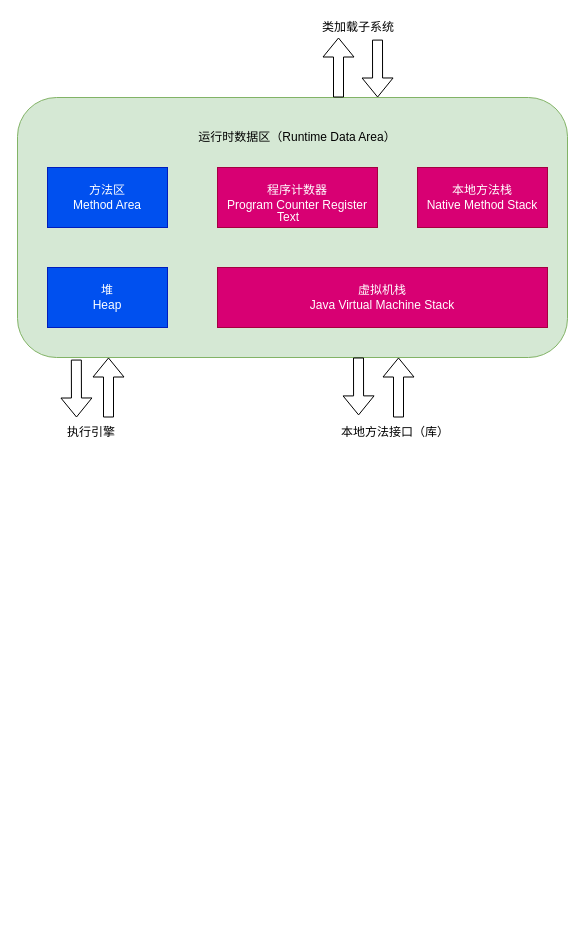
Before: jvm.drawio in ModestLee/diagrams, a draw.io diagram. Source tidied: cells renumbered, new cells numbered last; positions are measured from the earlier drawing's top-left corner, leaving out a move shared by most shapes. Both pictures are drawn from the tidied source at 100%, with x=0, y=0 at pixel (17, 17).
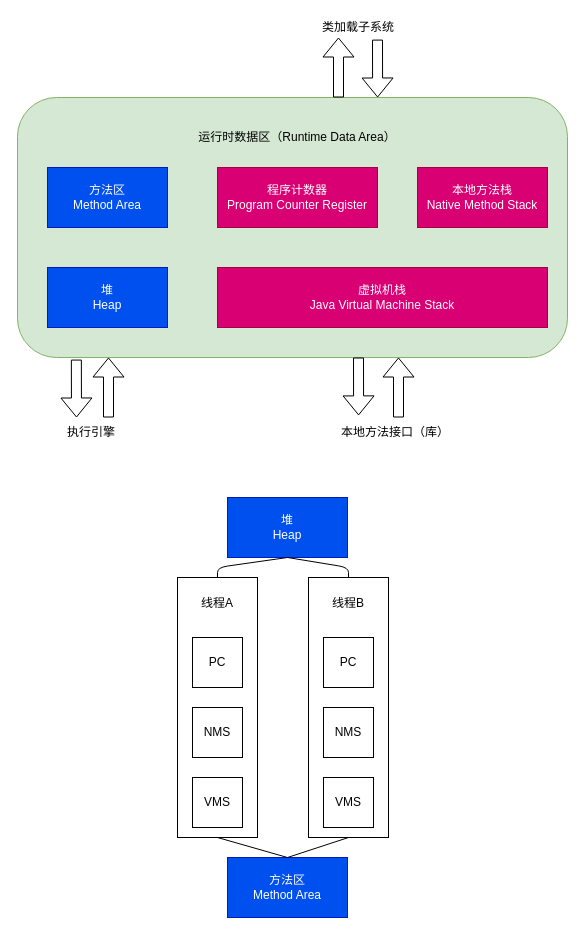
The same page after the edit.

The edit, as a diff of the source:
```diff
@@
-    <mxCell id="15" value="Text" style="text;html=1;strokeColor=none;fillColor=none;align=center;verticalAlign=middle;whiteSpace=wrap;rounded=0;fontColor=#FFFFFF;" parent="1" vertex="1">
-      <mxGeometry x="251" y="190" width="40" height="20" as="geometry" />
-    </mxCell>
@@
+    <mxCell id="19" value="堆&lt;br&gt;Heap" style="rounded=0;whiteSpace=wrap;html=1;fillColor=#0050ef;strokeColor=#001DBC;fontColor=#ffffff;" parent="1" vertex="1">
+      <mxGeometry x="210" y="480" width="120" height="60" as="geometry" />
+    </mxCell>
+    <mxCell id="20" style="rounded=0;whiteSpace=wrap;html=1;" parent="1" vertex="1">
+      <mxGeometry x="160" y="560" width="80" height="260" as="geometry" />
+    </mxCell>
+    <mxCell id="21" value="PC" style="whiteSpace=wrap;html=1;" parent="1" vertex="1">
+      <mxGeometry x="175" y="620" width="50" height="50" as="geometry" />
+    </mxCell>
+    <mxCell id="22" value="NMS" style="whiteSpace=wrap;html=1;" parent="1" vertex="1">
+      <mxGeometry x="175" y="690" width="50" height="50" as="geometry" />
+    </mxCell>
+    <mxCell id="23" value="VMS" style="whiteSpace=wrap;html=1;" parent="1" vertex="1">
+      <mxGeometry x="175" y="760" width="50" height="50" as="geometry" />
+    </mxCell>
+    <mxCell id="24" value="线程A" style="text;html=1;strokeColor=none;fillColor=none;align=center;verticalAlign=middle;whiteSpace=wrap;rounded=0;" parent="1" vertex="1">
+      <mxGeometry x="180" y="576" width="40" height="20" as="geometry" />
+    </mxCell>
+    <mxCell id="25" style="rounded=0;whiteSpace=wrap;html=1;" parent="1" vertex="1">
+      <mxGeometry x="291" y="560" width="80" height="260" as="geometry" />
+    </mxCell>
+    <mxCell id="26" value="PC" style="whiteSpace=wrap;html=1;" parent="1" vertex="1">
+      <mxGeometry x="306" y="620" width="50" height="50" as="geometry" />
+    </mxCell>
+    <mxCell id="27" value="NMS" style="whiteSpace=wrap;html=1;" parent="1" vertex="1">
+      <mxGeometry x="306" y="690" width="50" height="50" as="geometry" />
+    </mxCell>
+    <mxCell id="28" value="VMS" style="whiteSpace=wrap;html=1;" parent="1" vertex="1">
+      <mxGeometry x="306" y="760" width="50" height="50" as="geometry" />
+    </mxCell>
+    <mxCell id="29" value="线程B" style="text;html=1;strokeColor=none;fillColor=none;align=center;verticalAlign=middle;whiteSpace=wrap;rounded=0;" parent="1" vertex="1">
+      <mxGeometry x="311" y="576" width="40" height="20" as="geometry" />
+    </mxCell>
+    <mxCell id="30" value="方法区&lt;br&gt;Method Area" style="rounded=0;whiteSpace=wrap;html=1;fillColor=#0050ef;strokeColor=#001DBC;fontColor=#ffffff;" parent="1" vertex="1">
+      <mxGeometry x="210" y="840" width="120" height="60" as="geometry" />
+    </mxCell>
+    <mxCell id="31" style="endArrow=none;html=1;entryX=0.5;entryY=1;entryDx=0;entryDy=0;exitX=0.5;exitY=0;exitDx=0;exitDy=0;jumpStyle=none;" parent="1" edge="1" source="20" target="19">
+      <mxGeometry relative="1" as="geometry">
+        <Array as="points">
+          <mxPoint x="200" y="550" />
+        </Array>
+      </mxGeometry>
+    </mxCell>
+    <mxCell id="32" style="endArrow=none;html=1;exitX=0.5;exitY=0;exitDx=0;exitDy=0;" parent="1" edge="1" source="25">
+      <mxGeometry relative="1" as="geometry">
+        <mxPoint x="270" y="540" as="targetPoint" />
+        <Array as="points">
+          <mxPoint x="331" y="550" />
+        </Array>
+      </mxGeometry>
+    </mxCell>
+    <mxCell id="33" style="endArrow=none;html=1;exitX=0.5;exitY=0;exitDx=0;exitDy=0;entryX=0.5;entryY=1;entryDx=0;entryDy=0;" parent="1" edge="1" source="30" target="20">
+      <mxGeometry relative="1" as="geometry" />
+    </mxCell>
+    <mxCell id="34" style="endArrow=none;html=1;entryX=0.5;entryY=1;entryDx=0;entryDy=0;exitX=0.5;exitY=0;exitDx=0;exitDy=0;" parent="1" edge="1" source="30" target="25">
+      <mxGeometry relative="1" as="geometry" />
+    </mxCell>
```
